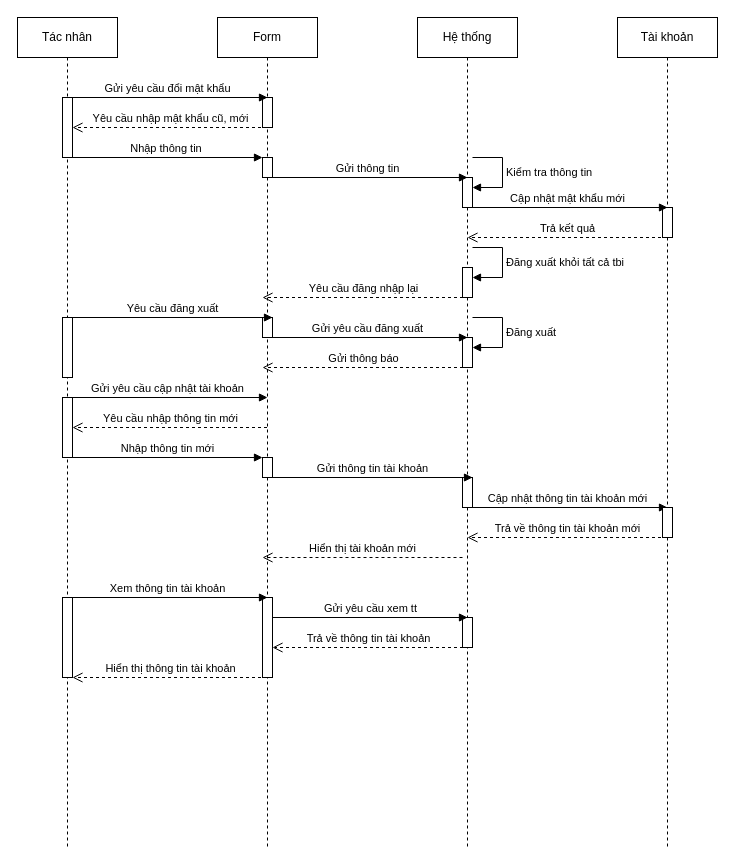
The draw.io diagram SD/SD_QUANLYTAIKHOANCANHAN.drawio in hieuNV0871/da, before the edit. Source tidied: cells renumbered, new cells numbered last; positions are measured from the earlier drawing's top-left corner, leaving out a move shared by most shapes. Both pictures are drawn from the tidied source at 100%, with x=0, y=0 at pixel (17, 17).
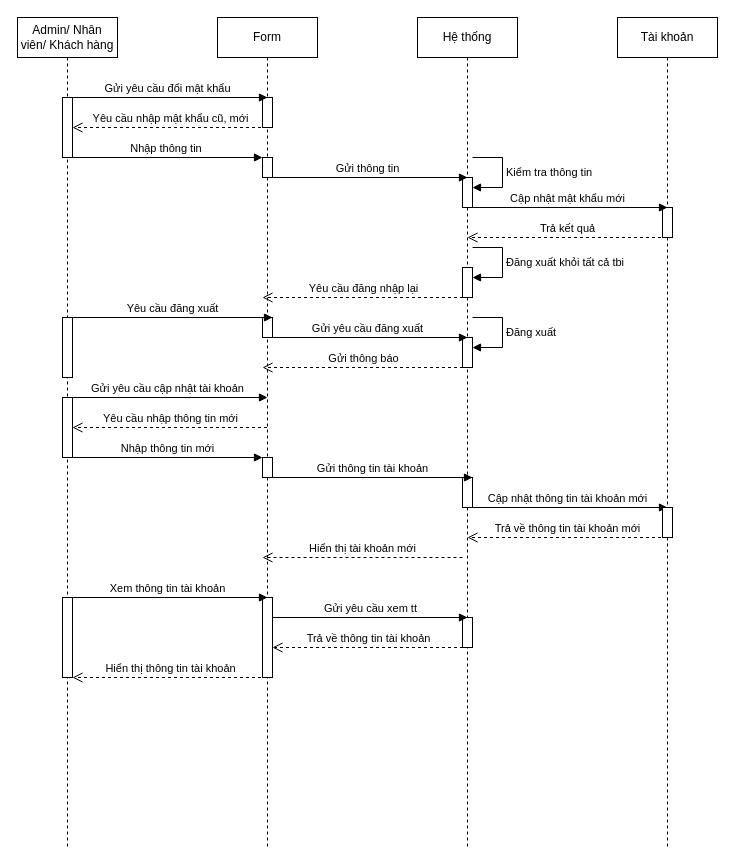
After the change.

Change to the diagram source:
```diff
@@
-    <mxCell id="2" value="Tác nhân" style="shape=umlLifeline;perimeter=lifelinePerimeter;whiteSpace=wrap;html=1;newEdgeStyle={&quot;curved&quot;:0,&quot;rounded&quot;:0};" parent="1" vertex="1">
+    <mxCell id="2" value="Admin/ Nhân viên/ Khách hàng" style="shape=umlLifeline;perimeter=lifelinePerimeter;whiteSpace=wrap;html=1;newEdgeStyle={&quot;curved&quot;:0,&quot;rounded&quot;:0};" parent="1" vertex="1">
       <mxGeometry width="100" height="830" as="geometry" />
     </mxCell>
```
